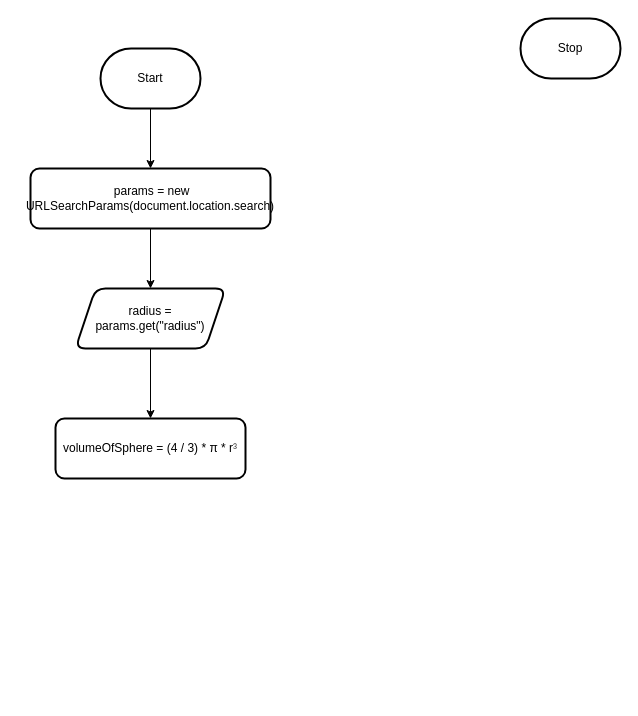
Earlier version of the draw.io diagram design/flowchart.drawio (MTHS-ICD2O-1-2024/ICD2O-Unit-6-04-Olivia-Ten-Den). Source tidied: cells renumbered, new cells numbered last; positions are measured from the earlier drawing's top-left corner, leaving out a move shared by most shapes. Both pictures are drawn from the tidied source at 100%, with x=0, y=0 at pixel (30, 18).
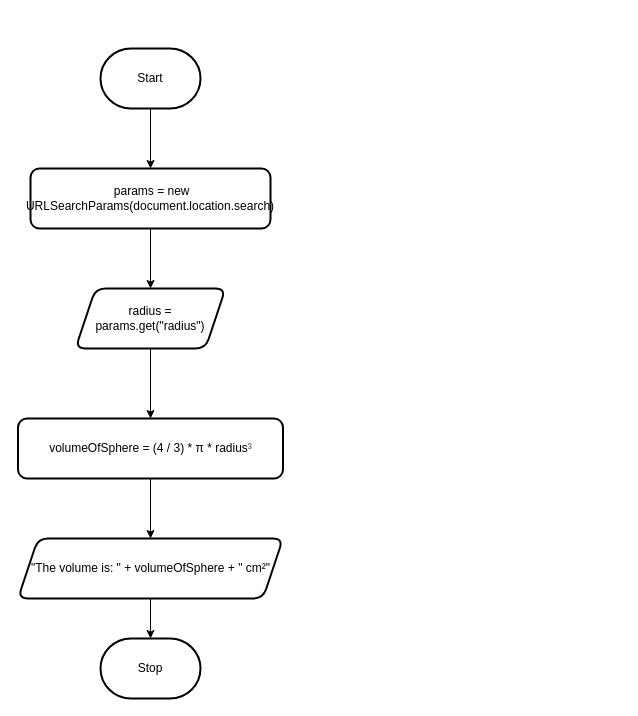
The same diagram, later.

Commit message (it also covers changes not shown here):
funshed flowchart

Diff of the diagram source:
```diff
@@
 <mxGraphModel>
   <root>
     <mxCell id="0" />
     <mxCell id="1" parent="0" />
     <mxCell id="2" style="edgeStyle=orthogonalEdgeStyle;shape=connector;rounded=0;html=1;strokeColor=default;align=center;verticalAlign=middle;fontFamily=Helvetica;fontSize=11;fontColor=default;labelBackgroundColor=default;endArrow=classic;" parent="1" edge="1" source="3" target="6">
       <mxGeometry relative="1" as="geometry" />
     </mxCell>
     <mxCell id="3" value="Start" style="strokeWidth=2;html=1;shape=mxgraph.flowchart.terminator;whiteSpace=wrap;" parent="1" vertex="1">
       <mxGeometry x="70" y="30" width="100" height="60" as="geometry" />
     </mxCell>
     <mxCell id="4" value="Stop" style="strokeWidth=2;html=1;shape=mxgraph.flowchart.terminator;whiteSpace=wrap;" parent="1" vertex="1">
-      <mxGeometry x="490" width="100" height="60" as="geometry" />
+      <mxGeometry x="70" y="620" width="100" height="60" as="geometry" />
     </mxCell>
     <mxCell id="5" style="edgeStyle=orthogonalEdgeStyle;shape=connector;rounded=0;html=1;strokeColor=default;align=center;verticalAlign=middle;fontFamily=Helvetica;fontSize=11;fontColor=default;labelBackgroundColor=default;endArrow=classic;" parent="1" edge="1" source="6" target="8">
       <mxGeometry relative="1" as="geometry" />
     </mxCell>
     <mxCell id="6" value="&amp;nbsp;params = new URLSearchParams(document.location.search)" style="rounded=1;whiteSpace=wrap;html=1;strokeWidth=2;" parent="1" vertex="1">
       <mxGeometry y="150" width="240" height="60" as="geometry" />
     </mxCell>
     <mxCell id="7" style="edgeStyle=orthogonalEdgeStyle;shape=connector;rounded=0;html=1;strokeColor=default;align=center;verticalAlign=middle;fontFamily=Helvetica;fontSize=11;fontColor=default;labelBackgroundColor=default;endArrow=classic;" parent="1" edge="1" source="8" target="9">
       <mxGeometry relative="1" as="geometry" />
     </mxCell>
     <mxCell id="8" value="radius = params.get(&quot;radius&quot;)" style="shape=parallelogram;perimeter=parallelogramPerimeter;whiteSpace=wrap;html=1;fixedSize=1;rounded=1;strokeWidth=2;" parent="1" vertex="1">
       <mxGeometry x="45" y="270" width="150" height="60" as="geometry" />
     </mxCell>
+    <mxCell id="10" style="edgeStyle=orthogonalEdgeStyle;shape=connector;rounded=0;html=1;strokeColor=default;align=center;verticalAlign=middle;fontFamily=Helvetica;fontSize=11;fontColor=default;labelBackgroundColor=default;endArrow=classic;" parent="1" edge="1" source="9" target="12">
+      <mxGeometry relative="1" as="geometry" />
+    </mxCell>
-    <mxCell id="9" value="&lt;font style=&quot;font-size: 12px;&quot;&gt;volumeOfSphere = (4 / 3) * π * r&lt;span style=&quot;color: rgb(71, 71, 71); font-family: &amp;quot;Google Sans&amp;quot;, Arial, sans-serif; text-align: start; background-color: rgb(255, 255, 255);&quot;&gt;³&lt;/span&gt;&lt;/font&gt;" style="rounded=1;whiteSpace=wrap;html=1;strokeWidth=2;" parent="1" vertex="1">
-      <mxGeometry x="25" y="400" width="190" height="60" as="geometry" />
+    <mxCell id="9" value="&lt;font style=&quot;font-size: 12px;&quot;&gt;volumeOfSphere = (4 / 3) * π * radius&lt;span style=&quot;color: rgb(71, 71, 71); font-family: &amp;quot;Google Sans&amp;quot;, Arial, sans-serif; text-align: start; background-color: rgb(255, 255, 255);&quot;&gt;³&lt;/span&gt;&lt;/font&gt;" style="rounded=1;whiteSpace=wrap;html=1;strokeWidth=2;" parent="1" vertex="1">
+      <mxGeometry x="-12.5" y="400" width="265" height="60" as="geometry" />
     </mxCell>
+    <mxCell id="11" style="edgeStyle=orthogonalEdgeStyle;shape=connector;rounded=0;html=1;strokeColor=default;align=center;verticalAlign=middle;fontFamily=Helvetica;fontSize=11;fontColor=default;labelBackgroundColor=default;endArrow=classic;" parent="1" edge="1" source="12" target="4">
+      <mxGeometry relative="1" as="geometry" />
+    </mxCell>
+    <mxCell id="12" value="&quot;The volume is: &quot; + volumeOfSphere + &quot; cm²&quot;" style="shape=parallelogram;perimeter=parallelogramPerimeter;whiteSpace=wrap;html=1;fixedSize=1;rounded=1;strokeWidth=2;" parent="1" vertex="1">
+      <mxGeometry x="-12.5" y="520" width="265" height="60" as="geometry" />
+    </mxCell>
   </root>
 </mxGraphModel>
```
